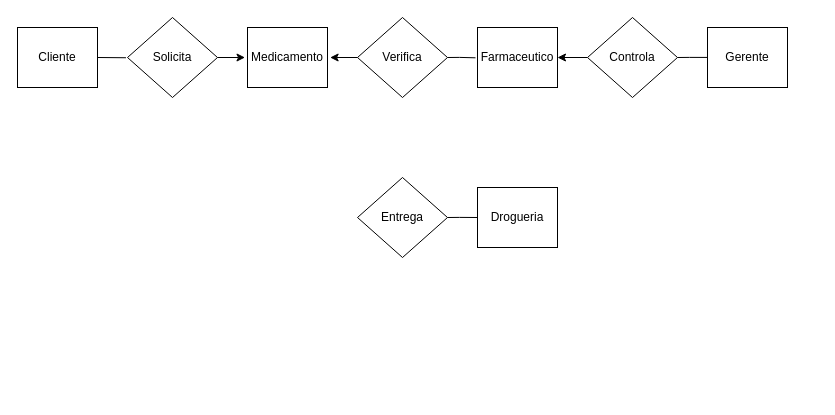
Earlier version of the draw.io diagram page "DER_Farmacia" (2 of 2) of farmaciaAE.drawio (yon026/pruebagit). Source tidied: cells renumbered, new cells numbered last; positions are measured from the earlier drawing's top-left corner, leaving out a move shared by most shapes. Both pictures are drawn from the tidied source at 100%, with x=0, y=0 at pixel (17, 17).
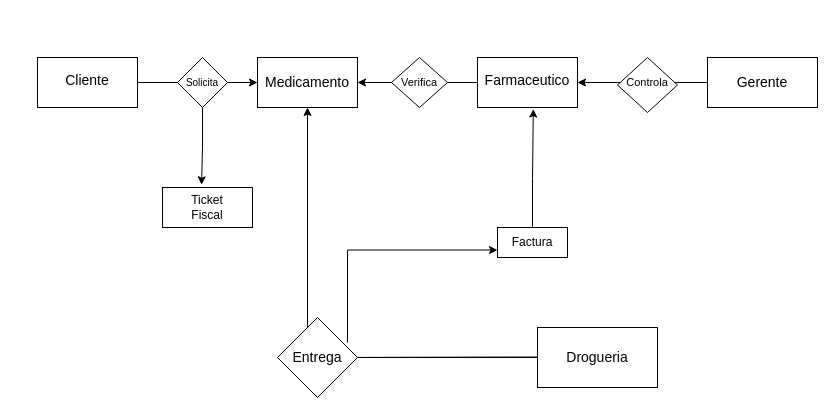
The same diagram, later.

The edit, as a diff of the source:
```diff
@@
+    <mxCell id="18" style="rounded=0;whiteSpace=wrap;html=1;" parent="1" vertex="1">
+      <mxGeometry x="480" y="210" width="70" height="30" as="geometry" />
+    </mxCell>
+    <mxCell id="19" style="edgeStyle=orthogonalEdgeStyle;rounded=0;jettySize=auto;html=1;exitX=1;exitY=0.5;exitDx=0;exitDy=0;entryX=0;entryY=0.5;entryDx=0;entryDy=0;" parent="1" edge="1" source="20" target="21">
+      <mxGeometry relative="1" as="geometry" />
+    </mxCell>
+    <mxCell id="20" style="rounded=0;whiteSpace=wrap;html=1;" parent="1" vertex="1">
+      <mxGeometry x="20" y="40" width="100" height="50" as="geometry" />
+    </mxCell>
+    <mxCell id="21" style="rounded=0;whiteSpace=wrap;html=1;" parent="1" vertex="1">
+      <mxGeometry x="240" y="40" width="100" height="50" as="geometry" />
+    </mxCell>
+    <mxCell id="22" style="edgeStyle=orthogonalEdgeStyle;rounded=0;jettySize=auto;html=1;exitX=0;exitY=0.5;exitDx=0;exitDy=0;entryX=1;entryY=0.5;entryDx=0;entryDy=0;" parent="1" edge="1" source="23" target="21">
+      <mxGeometry relative="1" as="geometry" />
+    </mxCell>
+    <mxCell id="23" style="rounded=0;whiteSpace=wrap;html=1;" parent="1" vertex="1">
+      <mxGeometry x="460" y="40" width="100" height="50" as="geometry" />
+    </mxCell>
+    <mxCell id="24" style="edgeStyle=orthogonalEdgeStyle;rounded=0;jettySize=auto;html=1;exitX=0;exitY=0.5;exitDx=0;exitDy=0;entryX=1;entryY=0.5;entryDx=0;entryDy=0;" parent="1" edge="1" source="25" target="23">
+      <mxGeometry relative="1" as="geometry" />
+    </mxCell>
+    <mxCell id="25" style="rounded=0;whiteSpace=wrap;html=1;" parent="1" vertex="1">
+      <mxGeometry x="690" y="40" width="110" height="50" as="geometry" />
+    </mxCell>
+    <mxCell id="26" style="rhombus;whiteSpace=wrap;html=1;" parent="1" vertex="1">
+      <mxGeometry x="160" y="40" width="50" height="50" as="geometry" />
+    </mxCell>
+    <mxCell id="27" style="rhombus;whiteSpace=wrap;html=1;" parent="1" vertex="1">
+      <mxGeometry x="374" y="40" width="56" height="50" as="geometry" />
+    </mxCell>
+    <mxCell id="28" style="rhombus;whiteSpace=wrap;html=1;" parent="1" vertex="1">
+      <mxGeometry x="600" y="40" width="60" height="55" as="geometry" />
+    </mxCell>
+    <mxCell id="29" style="edgeStyle=orthogonalEdgeStyle;rounded=0;jettySize=auto;html=1;exitX=0;exitY=0.5;exitDx=0;exitDy=0;entryX=0.5;entryY=1;entryDx=0;entryDy=0;" parent="1" edge="1" source="30" target="21">
+      <mxGeometry relative="1" as="geometry" />
+    </mxCell>
+    <mxCell id="30" style="rounded=0;whiteSpace=wrap;html=1;" parent="1" vertex="1">
+      <mxGeometry x="520" y="310" width="120" height="60" as="geometry" />
+    </mxCell>
-    <mxCell id="2" value="Cliente" style="rounded=0;whiteSpace=wrap;html=1;" parent="1" vertex="1">
-      <mxGeometry y="10" width="80" height="60" as="geometry" />
+    <mxCell id="2" value="Cliente" style="text;html=1;align=center;verticalAlign=middle;whiteSpace=wrap;rounded=0;fontSize=14;" parent="1" vertex="1">
+      <mxGeometry x="35" y="45" width="70" height="35" as="geometry" />
     </mxCell>
+    <mxCell id="4" value="Medicamento" style="text;html=1;align=center;verticalAlign=middle;whiteSpace=wrap;rounded=0;fontSize=14;" parent="1" vertex="1">
+      <mxGeometry x="260" y="50" width="60" height="30" as="geometry" />
+    </mxCell>
+    <mxCell id="6" value="Farmaceutico" style="text;html=1;align=center;verticalAlign=middle;whiteSpace=wrap;rounded=0;fontSize=14;" parent="1" vertex="1">
+      <mxGeometry x="480" y="47.5" width="60" height="30" as="geometry" />
+    </mxCell>
+    <mxCell id="9" value="Gerente" style="text;html=1;align=center;verticalAlign=middle;whiteSpace=wrap;rounded=0;fontSize=14;" parent="1" vertex="1">
+      <mxGeometry x="715" y="50" width="60" height="30" as="geometry" />
+    </mxCell>
+    <mxCell id="11" value="Drogueria" style="text;html=1;align=center;verticalAlign=middle;whiteSpace=wrap;rounded=0;fontSize=14;" parent="1" vertex="1">
+      <mxGeometry x="550" y="325" width="60" height="30" as="geometry" />
+    </mxCell>
+    <mxCell id="31" style="endArrow=none;html=1;rounded=0;" parent="1" edge="1">
+      <mxGeometry relative="1" as="geometry">
+        <mxPoint x="300" y="340" as="sourcePoint" />
+        <mxPoint x="520" y="339.5" as="targetPoint" />
+      </mxGeometry>
+    </mxCell>
+    <mxCell id="32" style="rhombus;whiteSpace=wrap;html=1;" parent="1" vertex="1">
+      <mxGeometry x="260" y="300" width="80" height="80" as="geometry" />
+    </mxCell>
-    <mxCell id="3" value="Solicita" style="rhombus;whiteSpace=wrap;html=1;" parent="1" vertex="1">
-      <mxGeometry x="110" width="90" height="80" as="geometry" />
+    <mxCell id="3" value="Solicita" style="text;html=1;align=center;verticalAlign=middle;whiteSpace=wrap;rounded=0;fontSize=10;" parent="1" vertex="1">
+      <mxGeometry x="155" y="50" width="60" height="30" as="geometry" />
     </mxCell>
-    <mxCell id="4" value="Medicamento" style="rounded=0;whiteSpace=wrap;html=1;" parent="1" vertex="1">
-      <mxGeometry x="230" y="10" width="80" height="60" as="geometry" />
-    </mxCell>
-    <mxCell id="5" value="Verifica" style="rhombus;whiteSpace=wrap;html=1;" parent="1" vertex="1">
-      <mxGeometry x="340" width="90" height="80" as="geometry" />
+    <mxCell id="5" value="Verifica" style="text;html=1;align=center;verticalAlign=middle;whiteSpace=wrap;rounded=0;fontSize=11;" parent="1" vertex="1">
+      <mxGeometry x="372" y="50" width="60" height="30" as="geometry" />
     </mxCell>
-    <mxCell id="6" value="Farmaceutico" style="rounded=0;whiteSpace=wrap;html=1;" parent="1" vertex="1">
-      <mxGeometry x="460" y="10" width="80" height="60" as="geometry" />
-    </mxCell>
-    <mxCell id="7" style="edgeStyle=orthogonalEdgeStyle;rounded=0;jettySize=auto;html=1;exitX=0;exitY=0.5;exitDx=0;exitDy=0;entryX=1;entryY=0.5;entryDx=0;entryDy=0;" parent="1" edge="1" source="8" target="6">
-      <mxGeometry relative="1" as="geometry" />
-    </mxCell>
-    <mxCell id="8" value="Controla" style="rhombus;whiteSpace=wrap;html=1;" parent="1" vertex="1">
-      <mxGeometry x="570" width="90" height="80" as="geometry" />
+    <mxCell id="8" value="Controla" style="text;html=1;align=center;verticalAlign=middle;whiteSpace=wrap;rounded=0;fontSize=11;" parent="1" vertex="1">
+      <mxGeometry x="600" y="50" width="60" height="30" as="geometry" />
     </mxCell>
-    <mxCell id="9" value="Gerente" style="rounded=0;whiteSpace=wrap;html=1;" parent="1" vertex="1">
-      <mxGeometry x="690" y="10" width="80" height="60" as="geometry" />
-    </mxCell>
+    <mxCell id="33" style="edgeStyle=orthogonalEdgeStyle;rounded=0;jettySize=auto;html=1;exitX=1;exitY=0;exitDx=0;exitDy=0;entryX=0;entryY=0.75;entryDx=0;entryDy=0;" parent="1" edge="1" source="10" target="18">
+      <mxGeometry relative="1" as="geometry" />
+    </mxCell>
-    <mxCell id="10" value="Entrega" style="rhombus;whiteSpace=wrap;html=1;" parent="1" vertex="1">
-      <mxGeometry x="340" y="160" width="90" height="80" as="geometry" />
+    <mxCell id="10" value="Entrega" style="text;html=1;align=center;verticalAlign=middle;whiteSpace=wrap;rounded=0;fontSize=14;" parent="1" vertex="1">
+      <mxGeometry x="270" y="325" width="60" height="30" as="geometry" />
     </mxCell>
-    <mxCell id="11" value="Drogueria" style="rounded=0;whiteSpace=wrap;html=1;" parent="1" vertex="1">
-      <mxGeometry x="460" y="170" width="80" height="60" as="geometry" />
-    </mxCell>
-    <mxCell id="12" style="endArrow=none;html=1;rounded=0;exitX=1;exitY=0.5;exitDx=0;exitDy=0;entryX=-0.017;entryY=0.503;entryDx=0;entryDy=0;entryPerimeter=0;" parent="1" edge="1" source="2" target="3">
-      <mxGeometry relative="1" as="geometry" />
-    </mxCell>
-    <mxCell id="13" style="edgeStyle=orthogonalEdgeStyle;rounded=0;jettySize=auto;html=1;exitX=1;exitY=0.5;exitDx=0;exitDy=0;entryX=-0.031;entryY=0.494;entryDx=0;entryDy=0;entryPerimeter=0;" parent="1" edge="1" source="3" target="4">
-      <mxGeometry relative="1" as="geometry" />
-    </mxCell>
-    <mxCell id="14" style="endArrow=none;html=1;rounded=0;exitX=1;exitY=0.5;exitDx=0;exitDy=0;" parent="1" edge="1" source="8" target="9">
-      <mxGeometry relative="1" as="geometry">
-        <Array as="points">
-          <mxPoint x="672" y="39.9" />
-        </Array>
-      </mxGeometry>
-    </mxCell>
-    <mxCell id="15" style="endArrow=none;html=1;rounded=0;exitX=1;exitY=0.5;exitDx=0;exitDy=0;entryX=-0.025;entryY=0.505;entryDx=0;entryDy=0;entryPerimeter=0;" parent="1" edge="1" source="5" target="6">
-      <mxGeometry relative="1" as="geometry">
-        <Array as="points">
-          <mxPoint x="442" y="39.9" />
-        </Array>
-      </mxGeometry>
-    </mxCell>
-    <mxCell id="16" style="edgeStyle=orthogonalEdgeStyle;rounded=0;jettySize=auto;html=1;exitX=0;exitY=0.5;exitDx=0;exitDy=0;entryX=1.033;entryY=0.505;entryDx=0;entryDy=0;entryPerimeter=0;" parent="1" edge="1" source="5" target="4">
-      <mxGeometry relative="1" as="geometry" />
-    </mxCell>
-    <mxCell id="17" style="endArrow=none;html=1;rounded=0;exitX=1;exitY=0.5;exitDx=0;exitDy=0;entryX=0;entryY=0.5;entryDx=0;entryDy=0;" parent="1" edge="1" source="10" target="11">
-      <mxGeometry relative="1" as="geometry">
-        <Array as="points">
-          <mxPoint x="442" y="199.9" />
-        </Array>
-      </mxGeometry>
-    </mxCell>
+    <mxCell id="34" style="rounded=0;whiteSpace=wrap;html=1;" parent="1" vertex="1">
+      <mxGeometry x="145" y="170" width="90" height="40" as="geometry" />
+    </mxCell>
+    <mxCell id="35" value="Ticket&lt;div&gt;Fiscal&lt;/div&gt;" style="text;html=1;align=center;verticalAlign=middle;whiteSpace=wrap;rounded=0;" parent="1" vertex="1">
+      <mxGeometry x="160" y="175" width="60" height="30" as="geometry" />
+    </mxCell>
+    <mxCell id="36" style="edgeStyle=orthogonalEdgeStyle;rounded=0;jettySize=auto;html=1;exitX=0.5;exitY=0;exitDx=0;exitDy=0;entryX=0.558;entryY=1.031;entryDx=0;entryDy=0;entryPerimeter=0;" parent="1" edge="1" source="37" target="23">
+      <mxGeometry relative="1" as="geometry">
+        <Array as="points">
+          <mxPoint x="515" y="161" />
+          <mxPoint x="516" y="161" />
+        </Array>
+      </mxGeometry>
+    </mxCell>
+    <mxCell id="37" value="Factura" style="text;html=1;align=center;verticalAlign=middle;whiteSpace=wrap;rounded=0;" parent="1" vertex="1">
+      <mxGeometry x="485" y="210" width="60" height="30" as="geometry" />
+    </mxCell>
+    <mxCell id="38" style="edgeStyle=orthogonalEdgeStyle;rounded=0;jettySize=auto;html=1;exitX=0.5;exitY=1;exitDx=0;exitDy=0;entryX=0.434;entryY=-0.068;entryDx=0;entryDy=0;entryPerimeter=0;" parent="1" edge="1" source="26" target="34">
+      <mxGeometry relative="1" as="geometry" />
+    </mxCell>
```
